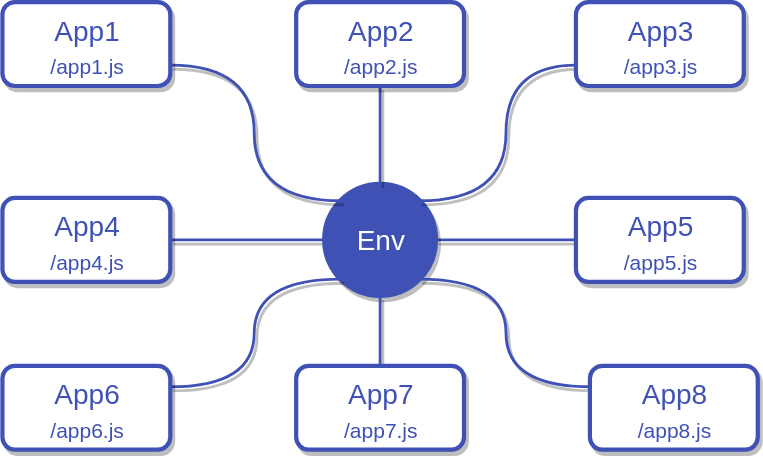
This is images/matrix.drawio.svg from ralliejs/docs, a draw.io export, as it was before one commit. Source tidied: cells renumbered, new cells last; positions are measured from the earlier drawing's top-left corner, leaving out a move shared by most shapes.
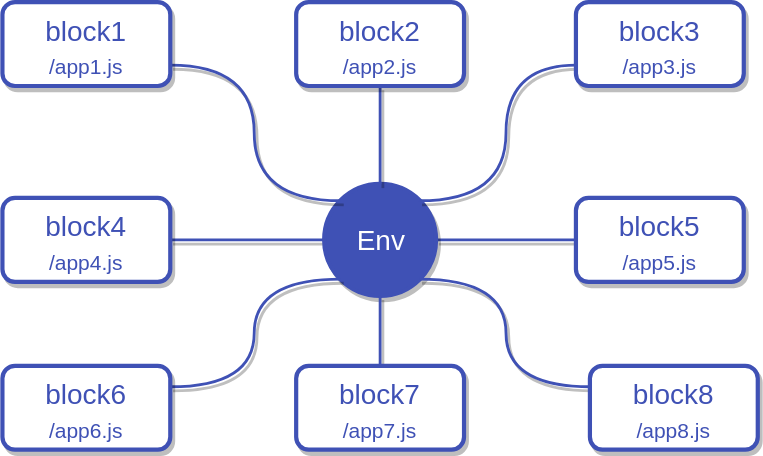
Later version of the same file.

What changed in the source:
```diff
@@ -5,13 +5,13 @@
     <mxCell id="2" style="edgeStyle=orthogonalEdgeStyle;rounded=0;jettySize=auto;html=1;exitX=1;exitY=0.5;exitDx=0;exitDy=0;curved=1;endArrow=none;endFill=0;strokeWidth=2;strokeColor=#3F51B5;shadow=1;" parent="1" edge="1" source="3" target="6">
       <mxGeometry relative="1" as="geometry" />
     </mxCell>
-    <mxCell id="3" value="&lt;span style=&quot;white-space: normal&quot;&gt;App4&lt;/span&gt;&lt;br style=&quot;white-space: normal&quot;&gt;&lt;font style=&quot;white-space: normal ; font-size: 15px&quot;&gt;/app4.js&lt;/font&gt;" style="rounded=1;whiteSpace=wrap;html=1;fillColor=#ffffff;strokeColor=#3F51B5;strokeWidth=3;shadow=1;comic=0;glass=0;fontStyle=0;fontColor=#3F51B5;fontSize=20;verticalAlign=top;" parent="1" vertex="1">
+    <mxCell id="3" value="&lt;span style=&quot;white-space: normal&quot;&gt;block4&lt;/span&gt;&lt;br style=&quot;white-space: normal&quot;&gt;&lt;font style=&quot;white-space: normal ; font-size: 15px&quot;&gt;/app4.js&lt;/font&gt;" style="rounded=1;whiteSpace=wrap;html=1;fillColor=#ffffff;strokeColor=#3F51B5;strokeWidth=3;shadow=1;comic=0;glass=0;fontStyle=0;fontColor=#3F51B5;fontSize=20;verticalAlign=top;" parent="1" vertex="1">
       <mxGeometry y="140" width="120" height="60" as="geometry" />
     </mxCell>
     <mxCell id="4" style="edgeStyle=orthogonalEdgeStyle;curved=1;rounded=0;jettySize=auto;html=1;exitX=0;exitY=0.5;exitDx=0;exitDy=0;entryX=1;entryY=0.5;entryDx=0;entryDy=0;endArrow=none;endFill=0;strokeWidth=2;strokeColor=#3F51B5;shadow=1;" parent="1" edge="1" source="5" target="6">
       <mxGeometry relative="1" as="geometry" />
     </mxCell>
-    <mxCell id="5" value="&lt;span style=&quot;white-space: normal&quot;&gt;App5&lt;/span&gt;&lt;br style=&quot;white-space: normal&quot;&gt;&lt;font style=&quot;white-space: normal ; font-size: 15px&quot;&gt;/app5.js&lt;/font&gt;" style="rounded=1;whiteSpace=wrap;html=1;fillColor=#ffffff;strokeColor=#3F51B5;strokeWidth=3;shadow=1;comic=0;glass=0;fontStyle=0;fontColor=#3F51B5;fontSize=20;verticalAlign=top;" parent="1" vertex="1">
+    <mxCell id="5" value="&lt;span style=&quot;white-space: normal&quot;&gt;block5&lt;/span&gt;&lt;br style=&quot;white-space: normal&quot;&gt;&lt;font style=&quot;white-space: normal ; font-size: 15px&quot;&gt;/app5.js&lt;/font&gt;" style="rounded=1;whiteSpace=wrap;html=1;fillColor=#ffffff;strokeColor=#3F51B5;strokeWidth=3;shadow=1;comic=0;glass=0;fontStyle=0;fontColor=#3F51B5;fontSize=20;verticalAlign=top;" parent="1" vertex="1">
       <mxGeometry x="410" y="140" width="120" height="60" as="geometry" />
     </mxCell>
     <mxCell id="6" value="Env" style="ellipse;whiteSpace=wrap;html=1;shadow=1;glass=0;comic=0;strokeColor=#3F51B5;strokeWidth=3;fillColor=#3F51B5;fontSize=20;fontColor=#FFFFFF;" parent="1" vertex="1">
@@ -25,13 +25,13 @@
         </Array>
       </mxGeometry>
     </mxCell>
-    <mxCell id="8" value="App1 &lt;br&gt;&lt;font style=&quot;font-size: 15px&quot;&gt;/app1.js&lt;/font&gt;" style="rounded=1;whiteSpace=wrap;html=1;fillColor=#ffffff;strokeColor=#3F51B5;strokeWidth=3;shadow=1;comic=0;glass=0;fontStyle=0;fontColor=#3F51B5;fontSize=20;verticalAlign=top;" parent="1" vertex="1">
+    <mxCell id="8" value="block1 &lt;br&gt;&lt;font style=&quot;font-size: 15px&quot;&gt;/app1.js&lt;/font&gt;" style="rounded=1;whiteSpace=wrap;html=1;fillColor=#ffffff;strokeColor=#3F51B5;strokeWidth=3;shadow=1;comic=0;glass=0;fontStyle=0;fontColor=#3F51B5;fontSize=20;verticalAlign=top;" parent="1" vertex="1">
       <mxGeometry width="120" height="60" as="geometry" />
     </mxCell>
     <mxCell id="9" style="edgeStyle=orthogonalEdgeStyle;curved=1;rounded=0;jettySize=auto;html=1;exitX=0.5;exitY=1;exitDx=0;exitDy=0;endArrow=none;endFill=0;strokeWidth=2;strokeColor=#3F51B5;shadow=1;" parent="1" edge="1" source="10" target="6">
       <mxGeometry relative="1" as="geometry" />
     </mxCell>
-    <mxCell id="10" value="App2&lt;br&gt;&lt;font style=&quot;font-size: 15px&quot;&gt;/app2.js&lt;/font&gt;" style="rounded=1;whiteSpace=wrap;html=1;fillColor=#ffffff;strokeColor=#3F51B5;strokeWidth=3;shadow=1;comic=0;glass=0;fontStyle=0;fontColor=#3F51B5;fontSize=20;verticalAlign=top;" parent="1" vertex="1">
+    <mxCell id="10" value="block2&lt;br&gt;&lt;font style=&quot;font-size: 15px&quot;&gt;/app2.js&lt;/font&gt;" style="rounded=1;whiteSpace=wrap;html=1;fillColor=#ffffff;strokeColor=#3F51B5;strokeWidth=3;shadow=1;comic=0;glass=0;fontStyle=0;fontColor=#3F51B5;fontSize=20;verticalAlign=top;" parent="1" vertex="1">
       <mxGeometry x="210" width="120" height="60" as="geometry" />
     </mxCell>
     <mxCell id="11" style="edgeStyle=orthogonalEdgeStyle;curved=1;rounded=0;jettySize=auto;html=1;exitX=0;exitY=0.75;exitDx=0;exitDy=0;entryX=1;entryY=0;entryDx=0;entryDy=0;endArrow=none;endFill=0;strokeWidth=2;strokeColor=#3F51B5;shadow=1;" parent="1" edge="1" source="12" target="6">
@@ -42,7 +42,7 @@
         </Array>
       </mxGeometry>
     </mxCell>
-    <mxCell id="12" value="App3&lt;br&gt;&lt;font style=&quot;font-size: 15px&quot;&gt;/app3.js&lt;/font&gt;" style="rounded=1;whiteSpace=wrap;html=1;fillColor=#ffffff;strokeColor=#3F51B5;strokeWidth=3;shadow=1;comic=0;glass=0;fontStyle=0;fontColor=#3F51B5;fontSize=20;verticalAlign=top;" parent="1" vertex="1">
+    <mxCell id="12" value="block3&lt;br&gt;&lt;font style=&quot;font-size: 15px&quot;&gt;/app3.js&lt;/font&gt;" style="rounded=1;whiteSpace=wrap;html=1;fillColor=#ffffff;strokeColor=#3F51B5;strokeWidth=3;shadow=1;comic=0;glass=0;fontStyle=0;fontColor=#3F51B5;fontSize=20;verticalAlign=top;" parent="1" vertex="1">
       <mxGeometry x="410" width="120" height="60" as="geometry" />
     </mxCell>
     <mxCell id="13" style="edgeStyle=orthogonalEdgeStyle;curved=1;rounded=0;jettySize=auto;html=1;exitX=1;exitY=0.25;exitDx=0;exitDy=0;entryX=0;entryY=1;entryDx=0;entryDy=0;endArrow=none;endFill=0;strokeWidth=2;strokeColor=#3F51B5;shadow=1;" parent="1" edge="1" source="14" target="6">
@@ -53,13 +53,13 @@
         </Array>
       </mxGeometry>
     </mxCell>
-    <mxCell id="14" value="&lt;span style=&quot;white-space: normal&quot;&gt;App6&lt;/span&gt;&lt;br style=&quot;white-space: normal&quot;&gt;&lt;font style=&quot;white-space: normal ; font-size: 15px&quot;&gt;/app6.js&lt;/font&gt;" style="rounded=1;whiteSpace=wrap;html=1;fillColor=#ffffff;strokeColor=#3F51B5;strokeWidth=3;shadow=1;comic=0;glass=0;fontStyle=0;fontColor=#3F51B5;fontSize=20;verticalAlign=top;" parent="1" vertex="1">
+    <mxCell id="14" value="&lt;span style=&quot;white-space: normal&quot;&gt;block6&lt;/span&gt;&lt;br style=&quot;white-space: normal&quot;&gt;&lt;font style=&quot;white-space: normal ; font-size: 15px&quot;&gt;/app6.js&lt;/font&gt;" style="rounded=1;whiteSpace=wrap;html=1;fillColor=#ffffff;strokeColor=#3F51B5;strokeWidth=3;shadow=1;comic=0;glass=0;fontStyle=0;fontColor=#3F51B5;fontSize=20;verticalAlign=top;" parent="1" vertex="1">
       <mxGeometry y="260" width="120" height="60" as="geometry" />
     </mxCell>
     <mxCell id="15" style="edgeStyle=orthogonalEdgeStyle;curved=1;rounded=0;jettySize=auto;html=1;exitX=0.5;exitY=0;exitDx=0;exitDy=0;entryX=0.5;entryY=1;entryDx=0;entryDy=0;endArrow=none;endFill=0;strokeWidth=2;strokeColor=#3F51B5;shadow=1;" parent="1" edge="1" source="16" target="6">
       <mxGeometry relative="1" as="geometry" />
     </mxCell>
-    <mxCell id="16" value="App7&lt;br&gt;&lt;font style=&quot;font-size: 15px&quot;&gt;/app7.js&lt;/font&gt;" style="rounded=1;whiteSpace=wrap;html=1;fillColor=#ffffff;strokeColor=#3F51B5;strokeWidth=3;shadow=1;comic=0;glass=0;fontStyle=0;fontColor=#3F51B5;fontSize=20;verticalAlign=top;" parent="1" vertex="1">
+    <mxCell id="16" value="block7&lt;br&gt;&lt;font style=&quot;font-size: 15px&quot;&gt;/app7.js&lt;/font&gt;" style="rounded=1;whiteSpace=wrap;html=1;fillColor=#ffffff;strokeColor=#3F51B5;strokeWidth=3;shadow=1;comic=0;glass=0;fontStyle=0;fontColor=#3F51B5;fontSize=20;verticalAlign=top;" parent="1" vertex="1">
       <mxGeometry x="210" y="260" width="120" height="60" as="geometry" />
     </mxCell>
     <mxCell id="17" style="edgeStyle=orthogonalEdgeStyle;curved=1;rounded=0;jettySize=auto;html=1;exitX=0;exitY=0.25;exitDx=0;exitDy=0;entryX=1;entryY=1;entryDx=0;entryDy=0;endArrow=none;endFill=0;strokeWidth=2;strokeColor=#3F51B5;shadow=1;" parent="1" edge="1" source="18" target="6">
@@ -70,7 +70,7 @@
         </Array>
       </mxGeometry>
     </mxCell>
-    <mxCell id="18" value="App8&lt;br&gt;&lt;font style=&quot;font-size: 15px&quot;&gt;/app8.js&lt;/font&gt;" style="rounded=1;whiteSpace=wrap;html=1;fillColor=#ffffff;strokeColor=#3F51B5;strokeWidth=3;shadow=1;comic=0;glass=0;fontStyle=0;fontColor=#3F51B5;fontSize=20;verticalAlign=top;" parent="1" vertex="1">
+    <mxCell id="18" value="block8&lt;br&gt;&lt;font style=&quot;font-size: 15px&quot;&gt;/app8.js&lt;/font&gt;" style="rounded=1;whiteSpace=wrap;html=1;fillColor=#ffffff;strokeColor=#3F51B5;strokeWidth=3;shadow=1;comic=0;glass=0;fontStyle=0;fontColor=#3F51B5;fontSize=20;verticalAlign=top;" parent="1" vertex="1">
       <mxGeometry x="420" y="260" width="120" height="60" as="geometry" />
     </mxCell>
   </root>
```
